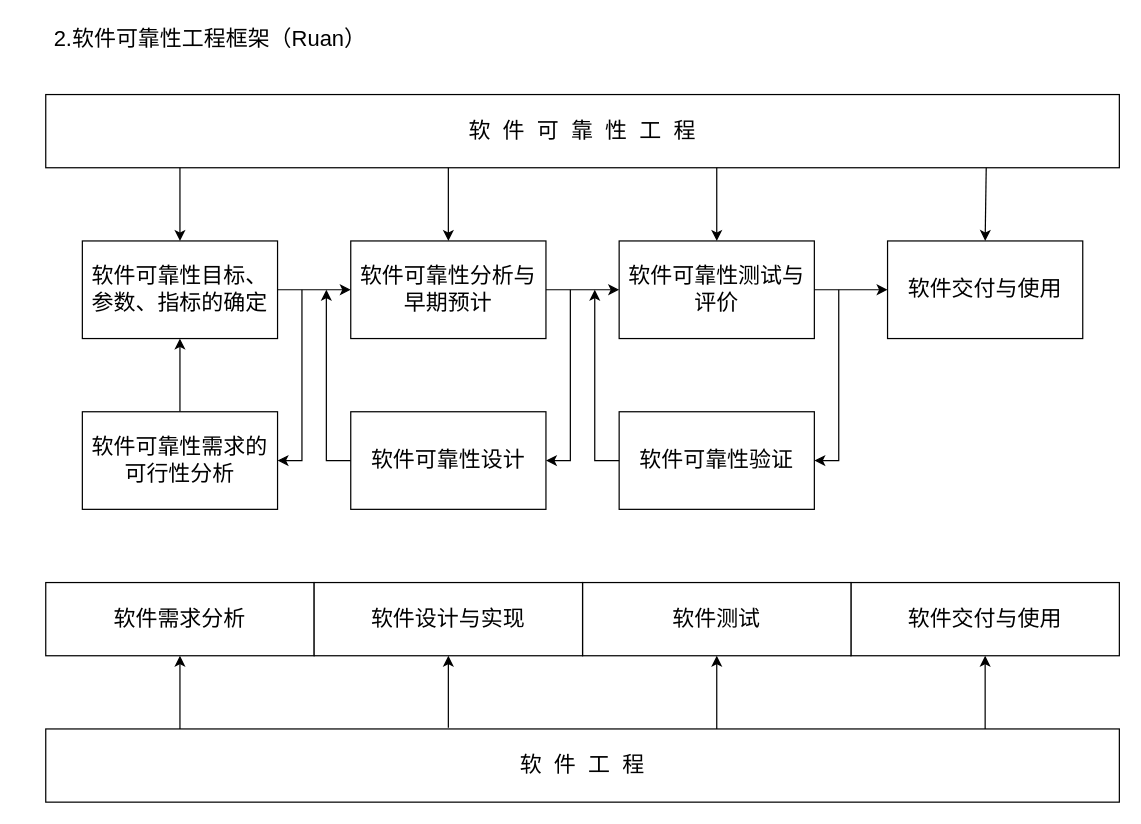
happinessandlove/Pic keeps this draw.io diagram as drawio/l3.drawio. Above is the earlier version. Source tidied: cells renumbered, new cells numbered last; positions are measured from the earlier drawing's top-left corner, leaving out a move shared by most shapes. Both pictures are drawn from the tidied source at 122%, with x=0, y=0 at pixel (21, 21).
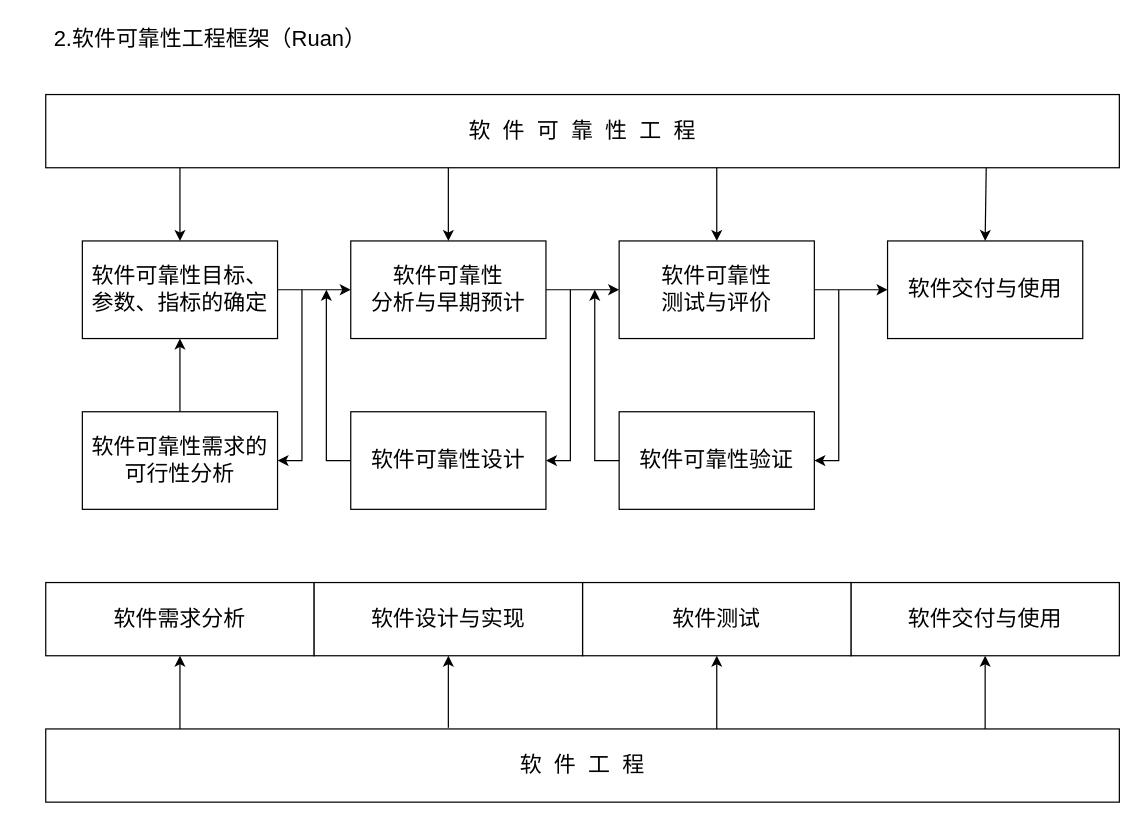
The same page after the edit.

Change to the diagram source:
```diff
@@
-    <mxCell id="9" value="软件可靠性测试与评价" style="rounded=0;whiteSpace=wrap;html=1;fontSize=18;" parent="1" vertex="1">
+    <mxCell id="9" value="软件可靠性&lt;br&gt;测试与评价" style="rounded=0;whiteSpace=wrap;html=1;fontSize=18;" parent="1" vertex="1">
       <mxGeometry x="490" y="180" width="160" height="80" as="geometry" />
     </mxCell>
-    <mxCell id="10" value="软件可靠性分析与早期预计" style="rounded=0;whiteSpace=wrap;html=1;fontSize=18;" parent="1" vertex="1">
+    <mxCell id="10" value="软件可靠性&lt;br&gt;分析与早期预计" style="rounded=0;whiteSpace=wrap;html=1;fontSize=18;" parent="1" vertex="1">
       <mxGeometry x="270" y="180" width="160" height="80" as="geometry" />
     </mxCell>
```
